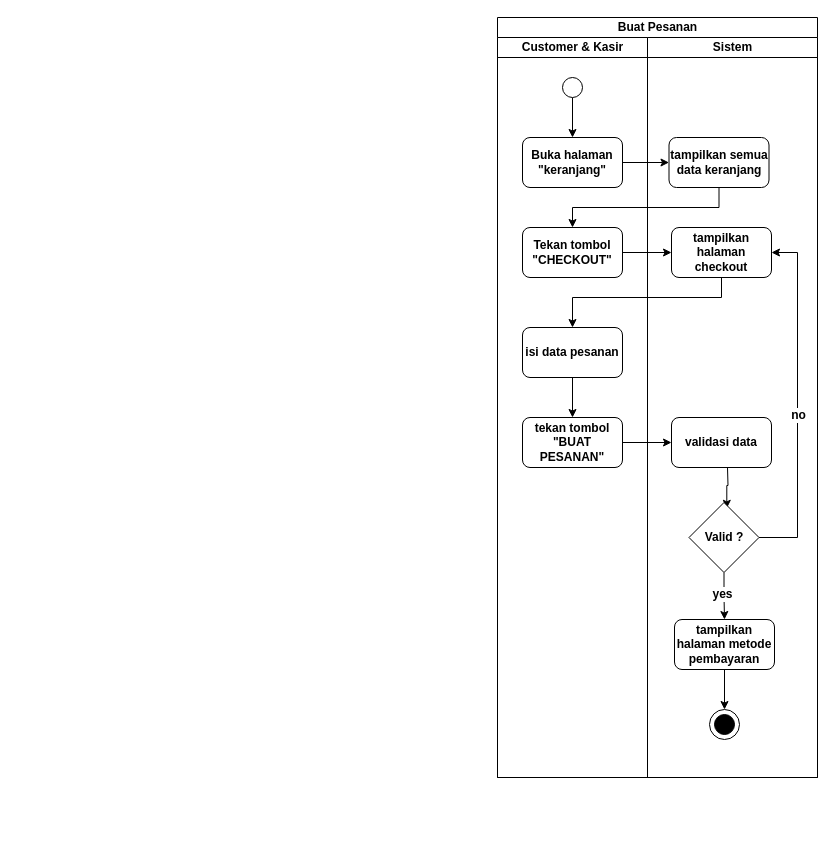
RIOKOWI/warmindo_purnama_flutter keeps this draw.io diagram as page "buat pesanan" (14 of 19) of assets/uml/activity-diagram.drawio. Above is the earlier version. Source tidied: cells renumbered, new cells numbered last; positions are measured from the earlier drawing's top-left corner, leaving out a move shared by most shapes. Both pictures are drawn from the tidied source at 100%, with x=0, y=0 at pixel (17, 17).
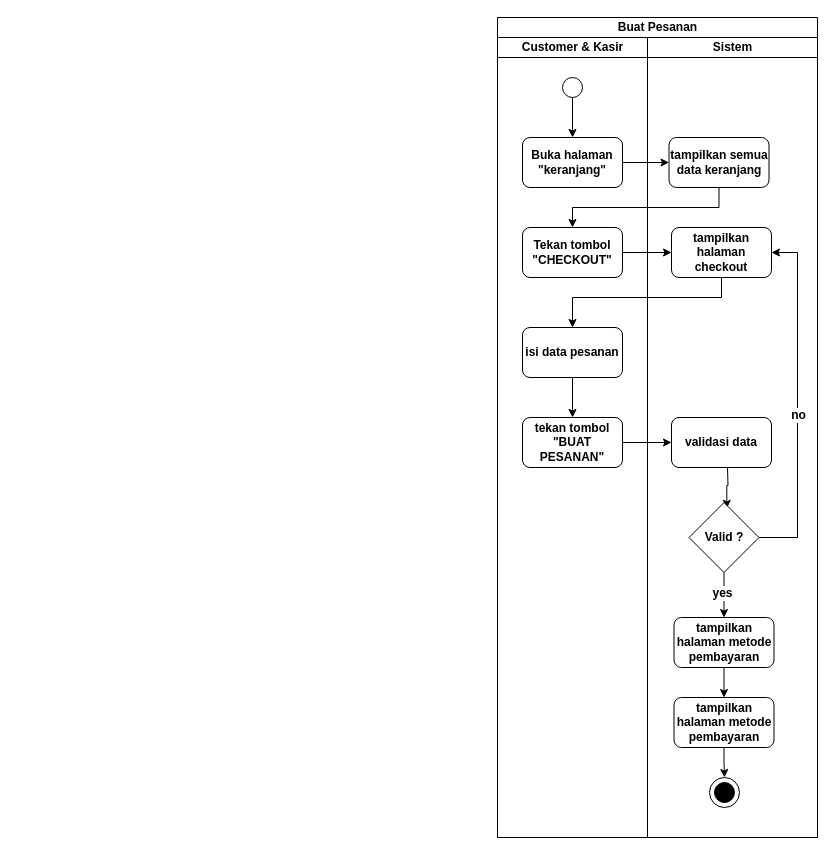
Above is the later version.

Diff of the diagram source:
```diff
@@
     <mxCell id="3" value="Buat Pesanan" style="swimlane;startSize=20;html=1;" parent="1" vertex="1">
-      <mxGeometry x="480" width="320" height="760" as="geometry" />
+      <mxGeometry x="480" width="320" height="820" as="geometry" />
     </mxCell>
     <mxCell id="4" value="Customer &amp;amp; Kasir" style="swimlane;startSize=20;html=1;" parent="3" vertex="1">
-      <mxGeometry y="20" width="150" height="740" as="geometry" />
+      <mxGeometry y="20" width="150" height="800" as="geometry" />
     </mxCell>
@@
     <mxCell id="12" value="Sistem" style="swimlane;startSize=20;html=1;" parent="3" vertex="1">
-      <mxGeometry x="150" y="20" width="170" height="740" as="geometry" />
+      <mxGeometry x="150" y="20" width="170" height="800" as="geometry" />
     </mxCell>
@@
     <mxCell id="15" style="group;" parent="12" vertex="1">
-      <mxGeometry x="62" y="672" width="30" height="30" as="geometry" />
+      <mxGeometry x="62" y="740" width="30" height="30" as="geometry" />
     </mxCell>
@@
     <mxCell id="20" value="tampilkan halaman metode pembayaran" style="rounded=1;whiteSpace=wrap;html=1;strokeColor=default;align=center;verticalAlign=middle;fontFamily=Helvetica;fontSize=12;fontColor=default;fontStyle=1;fillColor=default;" parent="12" vertex="1">
-      <mxGeometry x="27" y="582" width="100" height="50" as="geometry" />
+      <mxGeometry x="26.5" y="660" width="100" height="50" as="geometry" />
     </mxCell>
@@
+    <mxCell id="27" value="Valid ?" style="rhombus;whiteSpace=wrap;html=1;strokeColor=default;align=center;verticalAlign=middle;fontFamily=Helvetica;fontSize=12;fontColor=default;fontStyle=1;fillColor=default;" parent="12" vertex="1">
+      <mxGeometry x="41.5" y="465" width="70" height="70" as="geometry" />
+    </mxCell>
+    <mxCell id="33" style="edgeStyle=none;html=1;entryX=0.5;entryY=0;entryDx=0;entryDy=0;" parent="12" edge="1" source="34" target="20">
+      <mxGeometry relative="1" as="geometry" />
+    </mxCell>
+    <mxCell id="34" value="tampilkan halaman metode pembayaran" style="rounded=1;whiteSpace=wrap;html=1;strokeColor=default;align=center;verticalAlign=middle;fontFamily=Helvetica;fontSize=12;fontColor=default;fontStyle=1;fillColor=default;" parent="12" vertex="1">
+      <mxGeometry x="26.5" y="580" width="100" height="50" as="geometry" />
+    </mxCell>
-    <mxCell id="25" style="edgeStyle=orthogonalEdgeStyle;shape=connector;curved=0;rounded=0;html=1;strokeColor=default;align=center;verticalAlign=middle;fontFamily=Helvetica;fontSize=12;fontColor=default;fontStyle=1;labelBackgroundColor=default;endArrow=classic;" parent="12" edge="1" source="27" target="20">
+    <mxCell id="25" style="edgeStyle=orthogonalEdgeStyle;shape=connector;curved=0;rounded=0;html=1;strokeColor=default;align=center;verticalAlign=middle;fontFamily=Helvetica;fontSize=12;fontColor=default;fontStyle=1;labelBackgroundColor=default;endArrow=classic;" parent="12" edge="1" source="27" target="34">
       <mxGeometry relative="1" as="geometry" />
     </mxCell>
@@
-    <mxCell id="27" value="Valid ?" style="rhombus;whiteSpace=wrap;html=1;strokeColor=default;align=center;verticalAlign=middle;fontFamily=Helvetica;fontSize=12;fontColor=default;fontStyle=1;fillColor=default;" parent="12" vertex="1">
-      <mxGeometry x="41.5" y="465" width="70" height="70" as="geometry" />
-    </mxCell>
```
